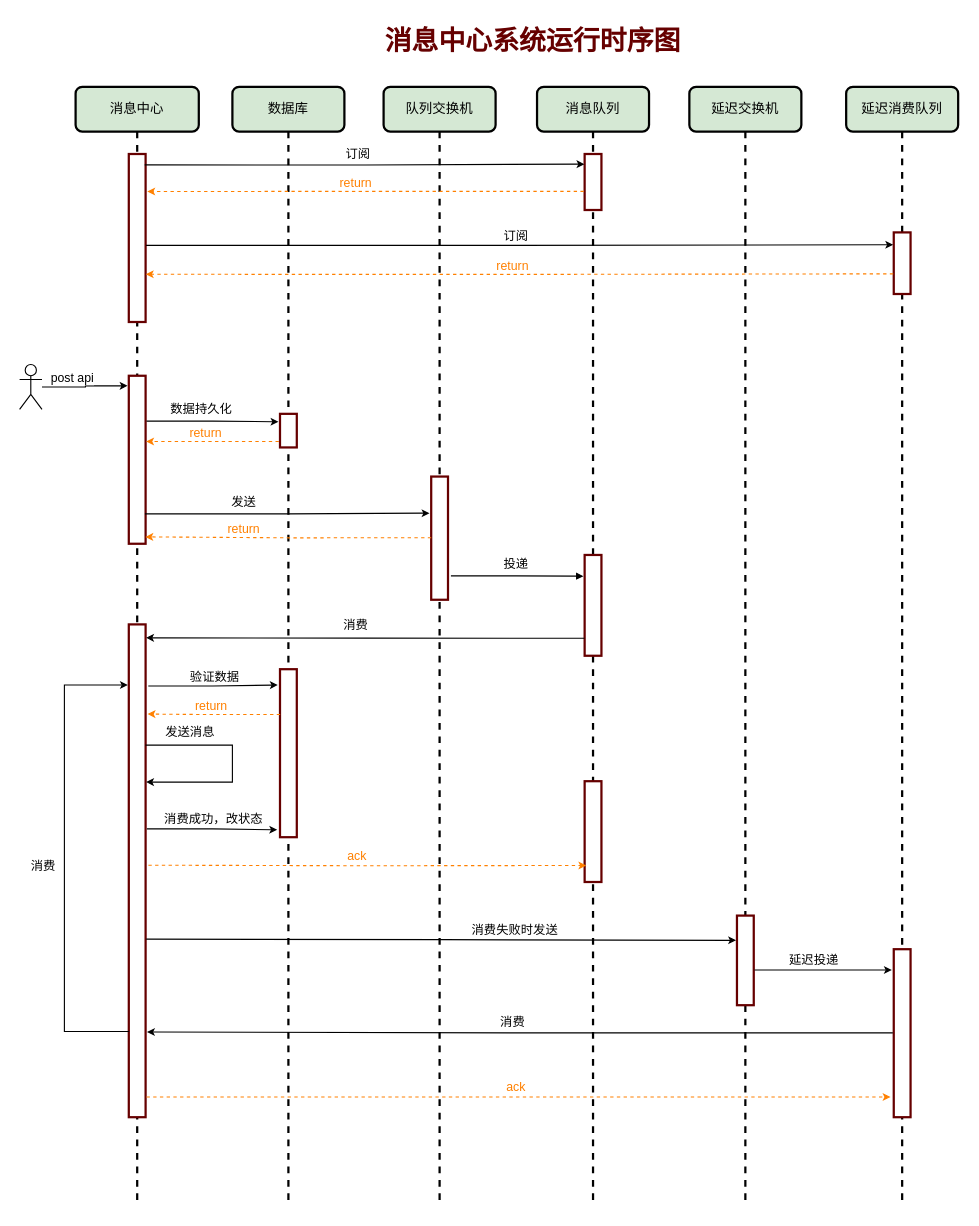
Before: wiki/流程图/消息中心系统运行时序图.drawio in shichaohu/messagecenter, a draw.io diagram. Source tidied: cells renumbered, new cells numbered last; positions are measured from the earlier drawing's top-left corner, leaving out a move shared by most shapes. Both pictures are drawn from the tidied source at 112%, with x=0, y=0 at pixel (19, 19).
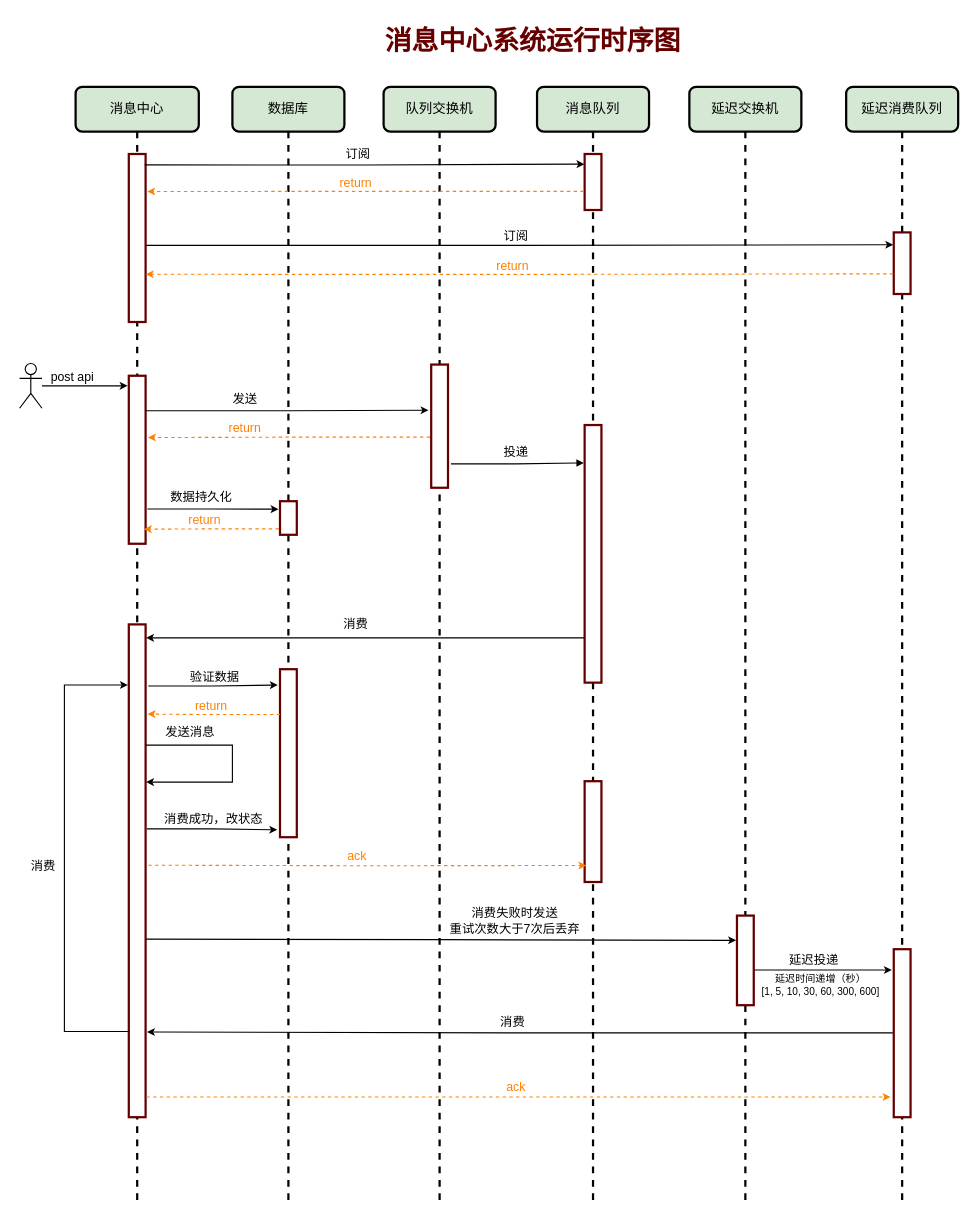
After the change.

Commit message (it also covers changes not shown here):
perf:优化时序图

Unchanged cells that the change refers to:
```xml
<mxCell id="2" value="数据库&lt;div&gt;&lt;/div&gt;" style="shape=umlLifeline;perimeter=lifelinePerimeter;whiteSpace=wrap;html=1;rounded=1;shadow=0;comic=0;labelBackgroundColor=none;strokeWidth=2;fontFamily=Verdana;fontSize=12;align=center;fillColor=#d5e8d4;strokeColor=#000000;" parent="1" vertex="1">
  <mxGeometry x="190" y="60" width="100" height="1000" as="geometry" />
</mxCell>
<mxCell id="5" value="队列交换机&lt;div&gt;&lt;/div&gt;" style="shape=umlLifeline;perimeter=lifelinePerimeter;whiteSpace=wrap;html=1;rounded=1;shadow=0;comic=0;labelBackgroundColor=none;strokeWidth=2;fontFamily=Verdana;fontSize=12;align=center;fillColor=#d5e8d4;strokeColor=#000000;" parent="1" vertex="1">
  <mxGeometry x="325" y="60" width="100" height="1000" as="geometry" />
</mxCell>
<mxCell id="7" value="消息队列" style="shape=umlLifeline;perimeter=lifelinePerimeter;whiteSpace=wrap;html=1;rounded=1;shadow=0;comic=0;labelBackgroundColor=none;strokeWidth=2;fontFamily=Verdana;fontSize=12;align=center;fillColor=#d5e8d4;strokeColor=#000000;" parent="1" vertex="1">
  <mxGeometry x="462" y="60" width="100" height="1000" as="geometry" />
</mxCell>
<mxCell id="17" style="html=1;points=[];perimeter=orthogonalPerimeter;rounded=0;shadow=0;comic=0;labelBackgroundColor=none;strokeWidth=2;fontFamily=Verdana;fontSize=12;align=center;strokeColor=#660000;" parent="16" vertex="1">
  <mxGeometry x="47.5" y="258" width="15" height="150" as="geometry" />
</mxCell>
<mxCell id="41" style="elbow=vertical;endArrow=classic;html=1;rounded=0;endSize=4;startSize=8;entryX=-0.054;entryY=0.276;entryDx=0;entryDy=0;entryPerimeter=0;edgeStyle=orthogonalEdgeStyle;" parent="1" edge="1" target="12">
  <mxGeometry relative="1" as="geometry">
    <mxPoint x="113" y="821" as="sourcePoint" />
  </mxGeometry>
</mxCell>
<mxCell id="43" style="elbow=vertical;endArrow=classic;html=1;rounded=0;endSize=4;startSize=8;exitX=1.04;exitY=0.607;exitDx=0;exitDy=0;exitPerimeter=0;edgeStyle=orthogonalEdgeStyle;entryX=-0.117;entryY=0.124;entryDx=0;entryDy=0;entryPerimeter=0;" parent="1" edge="1" source="12" target="15">
  <mxGeometry relative="1" as="geometry" />
</mxCell>
```

The edit, as a diff of the source:
```diff
@@
-    <mxCell id="3" style="html=1;points=[];perimeter=orthogonalPerimeter;rounded=0;shadow=0;comic=0;labelBackgroundColor=none;strokeWidth=2;fontFamily=Verdana;fontSize=12;align=center;strokeColor=#660000;" parent="2" vertex="1">
-      <mxGeometry x="42.5" y="292" width="15" height="30" as="geometry" />
-    </mxCell>
@@
     <mxCell id="6" style="html=1;points=[];perimeter=orthogonalPerimeter;rounded=0;shadow=0;comic=0;labelBackgroundColor=none;strokeWidth=2;fontFamily=Verdana;fontSize=12;align=center;strokeColor=#660000;" parent="5" vertex="1">
-      <mxGeometry x="42.5" y="348" width="15" height="110" as="geometry" />
+      <mxGeometry x="42.5" y="248" width="15" height="110" as="geometry" />
     </mxCell>
@@
     <mxCell id="9" style="html=1;points=[];perimeter=orthogonalPerimeter;rounded=0;shadow=0;comic=0;labelBackgroundColor=none;strokeWidth=2;fontFamily=Verdana;fontSize=12;align=center;strokeColor=#660000;" parent="7" vertex="1">
-      <mxGeometry x="42.5" y="418" width="15" height="90" as="geometry" />
+      <mxGeometry x="42.5" y="302" width="15" height="230" as="geometry" />
     </mxCell>
@@
     <mxCell id="24" style="shape=umlActor;verticalLabelPosition=bottom;verticalAlign=top;html=1;outlineConnect=0;" parent="1" vertex="1">
-      <mxGeometry y="308" width="20" height="40" as="geometry" />
+      <mxGeometry y="307" width="20" height="40" as="geometry" />
     </mxCell>
@@
-    <mxCell id="27" style="elbow=vertical;endArrow=classic;html=1;rounded=0;endSize=4;startSize=8;fillColor=#ffe6cc;strokeColor=#FF8000;dashed=1;entryX=0.988;entryY=0.959;entryDx=0;entryDy=0;entryPerimeter=0;edgeStyle=orthogonalEdgeStyle;exitX=0;exitY=0.497;exitDx=0;exitDy=0;exitPerimeter=0;" parent="1" edge="1" source="6" target="17">
+    <mxCell id="27" style="elbow=vertical;endArrow=classic;html=1;rounded=0;endSize=4;startSize=8;fillColor=#ffe6cc;strokeColor=#FF8000;dashed=1;entryX=1.142;entryY=0.368;entryDx=0;entryDy=0;entryPerimeter=0;edgeStyle=orthogonalEdgeStyle;exitX=-0.072;exitY=0.589;exitDx=0;exitDy=0;exitPerimeter=0;" parent="1" edge="1" source="6" target="17">
       <mxGeometry relative="1" as="geometry" />
     </mxCell>
@@
-    <mxCell id="29" style="elbow=vertical;endArrow=block;html=1;rounded=0;endSize=4;startSize=8;endFill=1;entryX=-0.071;entryY=0.21;entryDx=0;entryDy=0;entryPerimeter=0;edgeStyle=orthogonalEdgeStyle;exitX=1.173;exitY=0.806;exitDx=0;exitDy=0;exitPerimeter=0;" parent="1" edge="1" source="6" target="9">
+    <mxCell id="29" style="elbow=vertical;endArrow=block;html=1;rounded=0;endSize=4;startSize=8;endFill=1;entryX=-0.05;entryY=0.147;entryDx=0;entryDy=0;entryPerimeter=0;edgeStyle=orthogonalEdgeStyle;exitX=1.173;exitY=0.806;exitDx=0;exitDy=0;exitPerimeter=0;" parent="1" edge="1" source="6" target="9">
       <mxGeometry relative="1" as="geometry" />
     </mxCell>
@@
-    <mxCell id="42" value="消费失败时发送" style="edgeLabel;html=1;align=center;verticalAlign=middle;" parent="41" vertex="1">
+    <mxCell id="42" value="消费失败时发送&lt;div&gt;重试次数大于7次后丢弃&lt;/div&gt;" style="edgeLabel;html=1;align=center;verticalAlign=middle;" parent="41" vertex="1">
       <mxGeometry x="-0.33" relative="1" as="geometry">
-        <mxPoint x="152" y="-9" as="offset" />
+        <mxPoint x="152" y="-17" as="offset" />
       </mxGeometry>
     </mxCell>
@@
+    <mxCell id="64" value="&lt;div&gt;延迟时间递增（秒）&lt;/div&gt;[1, 5, 10, 30, 60, 300, 600]" style="edgeLabel;html=1;align=center;verticalAlign=middle;fontSize=9;" parent="43" vertex="1">
+      <mxGeometry x="-0.08" y="-1" relative="1" as="geometry">
+        <mxPoint x="2" y="12" as="offset" />
+      </mxGeometry>
+    </mxCell>
@@
-    <mxCell id="48" style="edgeStyle=orthogonalEdgeStyle;elbow=horizontal;endArrow=classic;html=1;rounded=0;endSize=4;startSize=8;exitX=1.051;exitY=0.27;exitDx=0;exitDy=0;exitPerimeter=0;entryX=-0.091;entryY=0.236;entryDx=0;entryDy=0;entryPerimeter=0;" parent="1" edge="1" source="17" target="3">
+    <mxCell id="48" style="edgeStyle=orthogonalEdgeStyle;elbow=horizontal;endArrow=classic;html=1;rounded=0;endSize=4;startSize=8;exitX=1.107;exitY=0.793;exitDx=0;exitDy=0;exitPerimeter=0;entryX=-0.091;entryY=0.236;entryDx=0;entryDy=0;entryPerimeter=0;" parent="1" edge="1" source="17" target="3">
       <mxGeometry relative="1" as="geometry" />
     </mxCell>
@@
-    <mxCell id="50" style="elbow=vertical;endArrow=classic;html=1;rounded=0;endSize=4;startSize=8;fillColor=#ffe6cc;strokeColor=#FF8000;dashed=1;exitX=-0.067;exitY=0.823;exitDx=0;exitDy=0;exitPerimeter=0;entryX=1.033;entryY=0.391;entryDx=0;entryDy=0;entryPerimeter=0;edgeStyle=orthogonalEdgeStyle;" parent="1" edge="1" source="3" target="17">
-      <mxGeometry relative="1" as="geometry" />
+    <mxCell id="50" style="elbow=vertical;endArrow=classic;html=1;rounded=0;endSize=4;startSize=8;fillColor=#ffe6cc;strokeColor=#FF8000;dashed=1;exitX=-0.067;exitY=0.823;exitDx=0;exitDy=0;exitPerimeter=0;edgeStyle=orthogonalEdgeStyle;" parent="1" edge="1" source="3">
+      <mxGeometry relative="1" as="geometry">
+        <mxPoint x="111" y="455" as="targetPoint" />
+      </mxGeometry>
     </mxCell>
@@
-    <mxCell id="52" style="edgeStyle=orthogonalEdgeStyle;elbow=horizontal;endArrow=classic;html=1;rounded=0;endSize=4;startSize=8;exitX=0.96;exitY=0.822;exitDx=0;exitDy=0;exitPerimeter=0;entryX=-0.1;entryY=0.297;entryDx=0;entryDy=0;entryPerimeter=0;" parent="1" edge="1" source="17" target="6">
-      <mxGeometry relative="1" as="geometry" />
-    </mxCell>
-    <mxCell id="53" value="发送" style="edgeLabel;html=1;align=center;verticalAlign=middle;" parent="52" vertex="1">
-      <mxGeometry x="-0.33" relative="1" as="geometry">
-        <mxPoint x="3" y="-11" as="offset" />
-      </mxGeometry>
-    </mxCell>
@@
+    <mxCell id="52" style="edgeStyle=orthogonalEdgeStyle;elbow=horizontal;endArrow=classic;html=1;rounded=0;endSize=4;startSize=8;exitX=1.002;exitY=0.208;exitDx=0;exitDy=0;exitPerimeter=0;entryX=-0.161;entryY=0.371;entryDx=0;entryDy=0;entryPerimeter=0;" parent="1" edge="1" source="17" target="6">
+      <mxGeometry relative="1" as="geometry" />
+    </mxCell>
+    <mxCell id="53" value="发送" style="edgeLabel;html=1;align=center;verticalAlign=middle;" parent="52" vertex="1">
+      <mxGeometry x="-0.33" relative="1" as="geometry">
+        <mxPoint x="3" y="-11" as="offset" />
+      </mxGeometry>
+    </mxCell>
+    <mxCell id="3" style="html=1;points=[];perimeter=orthogonalPerimeter;rounded=0;shadow=0;comic=0;labelBackgroundColor=none;strokeWidth=2;fontFamily=Verdana;fontSize=12;align=center;strokeColor=#660000;" parent="1" vertex="1">
+      <mxGeometry x="232.5" y="430" width="15" height="30" as="geometry" />
+    </mxCell>
```
